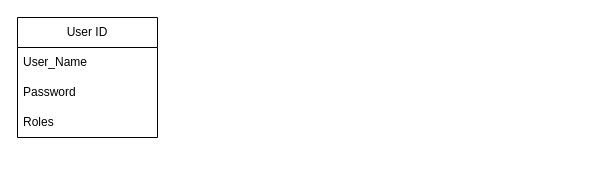
Before: Database/Untitled Diagram.drawio in Demon720AA/PROJECT_Web_Pro, a draw.io diagram. Source tidied: cells renumbered, new cells numbered last; positions are measured from the earlier drawing's top-left corner, leaving out a move shared by most shapes. Both pictures are drawn from the tidied source at 100%, with x=0, y=0 at pixel (17, 17).
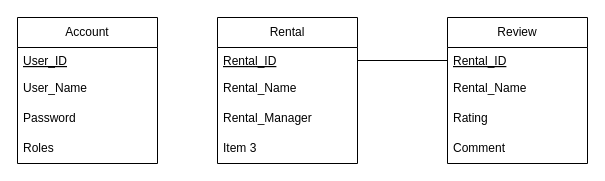
Above is the later version.

What changed in the source:
```diff
@@
 <mxGraphModel>
   <root>
     <mxCell id="0" />
     <mxCell id="1" parent="0" />
-    <mxCell id="2" value="User ID" style="swimlane;fontStyle=0;horizontal=1;startSize=30;whiteSpace=wrap;html=1;" parent="1" vertex="1">
-      <mxGeometry width="140" height="120" as="geometry" />
+    <mxCell id="2" value="Account" style="swimlane;fontStyle=0;horizontal=1;startSize=30;whiteSpace=wrap;html=1;" parent="1" vertex="1">
+      <mxGeometry width="140" height="146" as="geometry" />
     </mxCell>
+    <mxCell id="6" value="User_ID" style="text;align=left;verticalAlign=top;spacingLeft=4;spacingRight=4;overflow=hidden;rounded=0;shadow=0;html=0;fontStyle=4;" parent="2" vertex="1">
+      <mxGeometry y="30" width="140" height="26" as="geometry" />
+    </mxCell>
     <mxCell id="3" value="User_Name" style="text;strokeColor=none;fillColor=none;align=left;verticalAlign=middle;spacingLeft=4;spacingRight=4;overflow=hidden;whiteSpace=wrap;html=1;" parent="2" vertex="1">
-      <mxGeometry y="30" width="140" height="30" as="geometry" />
+      <mxGeometry y="56" width="140" height="30" as="geometry" />
     </mxCell>
     <mxCell id="4" value="Password" style="text;strokeColor=none;fillColor=none;align=left;verticalAlign=middle;spacingLeft=4;spacingRight=4;overflow=hidden;whiteSpace=wrap;html=1;" parent="2" vertex="1">
-      <mxGeometry y="60" width="140" height="30" as="geometry" />
+      <mxGeometry y="86" width="140" height="30" as="geometry" />
     </mxCell>
     <mxCell id="5" value="Roles" style="text;strokeColor=none;fillColor=none;align=left;verticalAlign=middle;spacingLeft=4;spacingRight=4;overflow=hidden;whiteSpace=wrap;html=1;" parent="2" vertex="1">
-      <mxGeometry y="90" width="140" height="30" as="geometry" />
+      <mxGeometry y="116" width="140" height="30" as="geometry" />
     </mxCell>
+    <mxCell id="7" value="Rental" style="swimlane;fontStyle=0;horizontal=1;startSize=30;whiteSpace=wrap;html=1;" parent="1" vertex="1">
+      <mxGeometry x="200" width="140" height="146" as="geometry" />
+    </mxCell>
+    <mxCell id="8" value="Rental_ID" style="text;align=left;verticalAlign=top;spacingLeft=4;spacingRight=4;overflow=hidden;points=[[0,0.5],[1,0.5]];portConstraint=eastwest;rounded=0;shadow=0;html=0;fontStyle=4;" parent="7" vertex="1">
+      <mxGeometry y="30" width="140" height="26" as="geometry" />
+    </mxCell>
+    <mxCell id="9" value="Rental_Name" style="text;strokeColor=none;fillColor=none;align=left;verticalAlign=middle;spacingLeft=4;spacingRight=4;overflow=hidden;whiteSpace=wrap;html=1;" parent="7" vertex="1">
+      <mxGeometry y="56" width="140" height="30" as="geometry" />
+    </mxCell>
+    <mxCell id="10" value="Rental_Manager" style="text;strokeColor=none;fillColor=none;align=left;verticalAlign=middle;spacingLeft=4;spacingRight=4;overflow=hidden;whiteSpace=wrap;html=1;" parent="7" vertex="1">
+      <mxGeometry y="86" width="140" height="30" as="geometry" />
+    </mxCell>
+    <mxCell id="11" value="Item 3" style="text;strokeColor=none;fillColor=none;align=left;verticalAlign=middle;spacingLeft=4;spacingRight=4;overflow=hidden;whiteSpace=wrap;html=1;" parent="7" vertex="1">
+      <mxGeometry y="116" width="140" height="30" as="geometry" />
+    </mxCell>
+    <mxCell id="12" value="Review" style="swimlane;fontStyle=0;horizontal=1;startSize=30;whiteSpace=wrap;html=1;" parent="1" vertex="1">
+      <mxGeometry x="430" width="140" height="146" as="geometry" />
+    </mxCell>
+    <mxCell id="13" value="Rental_ID" style="text;align=left;verticalAlign=top;spacingLeft=4;spacingRight=4;overflow=hidden;points=[[0,0.5],[1,0.5]];portConstraint=eastwest;rounded=0;shadow=0;html=0;fontStyle=4;" parent="12" vertex="1">
+      <mxGeometry y="30" width="140" height="26" as="geometry" />
+    </mxCell>
+    <mxCell id="14" value="Rental_Name" style="text;strokeColor=none;fillColor=none;align=left;verticalAlign=middle;spacingLeft=4;spacingRight=4;overflow=hidden;whiteSpace=wrap;html=1;" parent="12" vertex="1">
+      <mxGeometry y="56" width="140" height="30" as="geometry" />
+    </mxCell>
+    <mxCell id="15" value="Rating" style="text;strokeColor=none;fillColor=none;align=left;verticalAlign=middle;spacingLeft=4;spacingRight=4;overflow=hidden;whiteSpace=wrap;html=1;" parent="12" vertex="1">
+      <mxGeometry y="86" width="140" height="30" as="geometry" />
+    </mxCell>
+    <mxCell id="16" value="Comment" style="text;strokeColor=none;fillColor=none;align=left;verticalAlign=middle;spacingLeft=4;spacingRight=4;overflow=hidden;whiteSpace=wrap;html=1;" parent="12" vertex="1">
+      <mxGeometry y="116" width="140" height="30" as="geometry" />
+    </mxCell>
+    <mxCell id="17" style="rounded=0;jettySize=auto;html=1;startArrow=none;startFill=0;endArrow=none;endFill=0;" parent="1" edge="1" source="8" target="13">
+      <mxGeometry relative="1" as="geometry" />
+    </mxCell>
   </root>
 </mxGraphModel>
```
